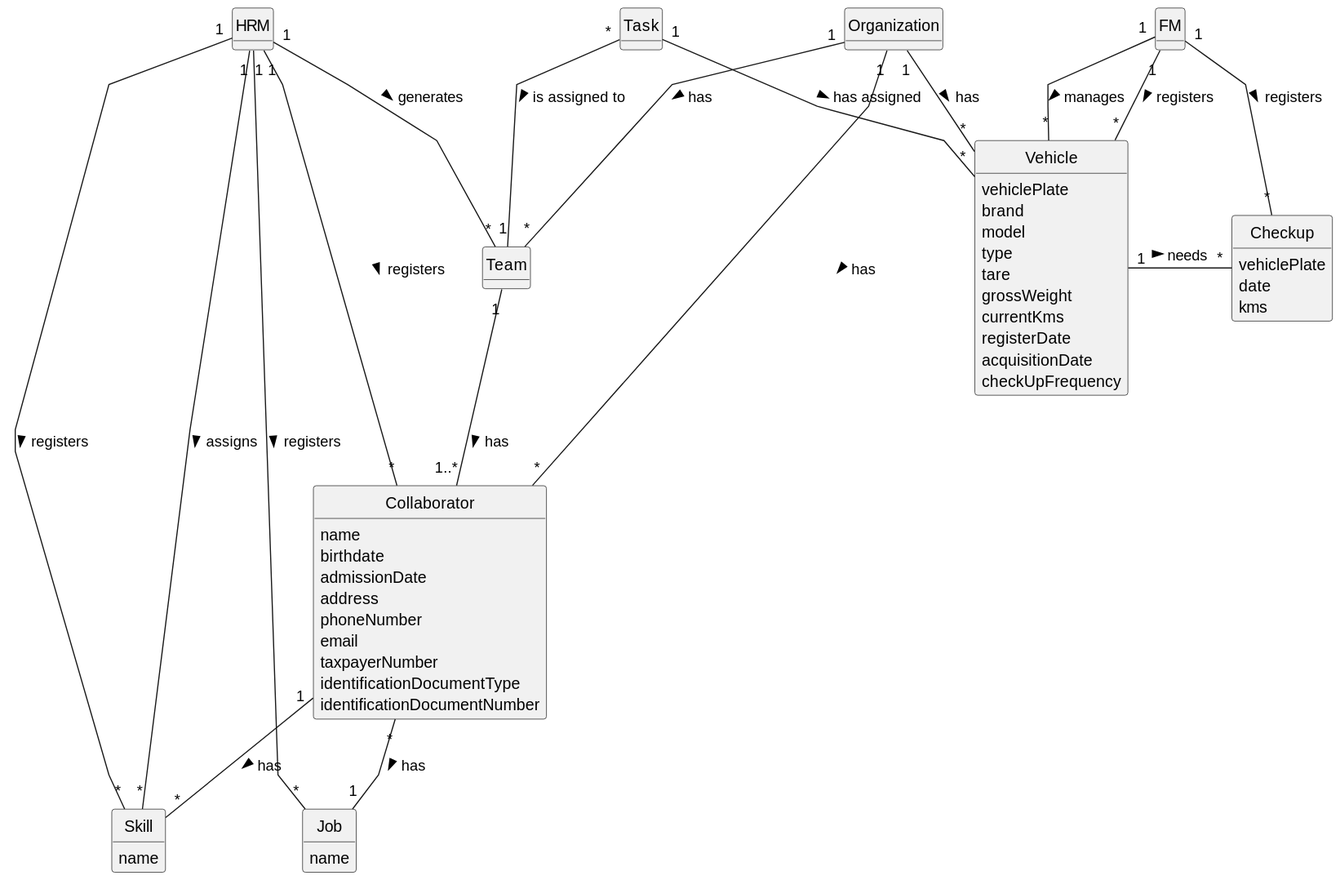
Earlier version of the PlantUML export docs/sprintB/global-artifacts/02.analysis/svg/project-domain-model.svg (Departamento-de-Engenharia-Informatica/lei-24-s2-1dm-g132). Its diagram source:
```plantuml
@startuml
skinparam monochrome true
skinparam packageStyle rectangle
skinparam shadowing false
skinparam linetype polyline
skinparam classAttributeIconSize 0
hide circle
hide methods



class HRM {
}

class FM {
}

class Organization{
}

class Skill {
    name
}

class Job {
    name
}

class Collaborator {
    name
    birthdate
    admissionDate
    address
    phoneNumber
    email
    taxpayerNumber
    identificationDocumentType
    identificationDocumentNumber
}

class Team {
}

class Task {
}

class Vehicle {
    vehiclePlate
    brand
    model
    type
    tare
    grossWeight
    currentKms
    registerDate
    acquisitionDate
    checkUpFrequency
}

class Checkup {
vehiclePlate
    date
    kms
}

HRM "1" - "*" Skill : registers >
HRM "1" - "*" Job : registers >
HRM "1" --- "*" Collaborator : registers >
HRM "1" -- "*" Skill : assigns >
HRM "1" -- "*" Team : generates >
Organization "1" --- "*" Collaborator : has >
Organization "1" -- "*" Team : has >
Collaborator "*" -- "1" Job : has >
Collaborator "1" -- "*" Skill : has >
Team "1" - "1..*" Collaborator : has >
Task "*" -- "1" Team : is assigned to >
FM "1" -- "*" Vehicle : registers >
FM "1" -- "*" Vehicle : manages >
Vehicle "1" - "*" Checkup : needs >
Task "1" - "*" Vehicle : has assigned >
FM "1" -- "*" Checkup : registers >
Organization "1" -- "*" Vehicle : has >
@enduml
```
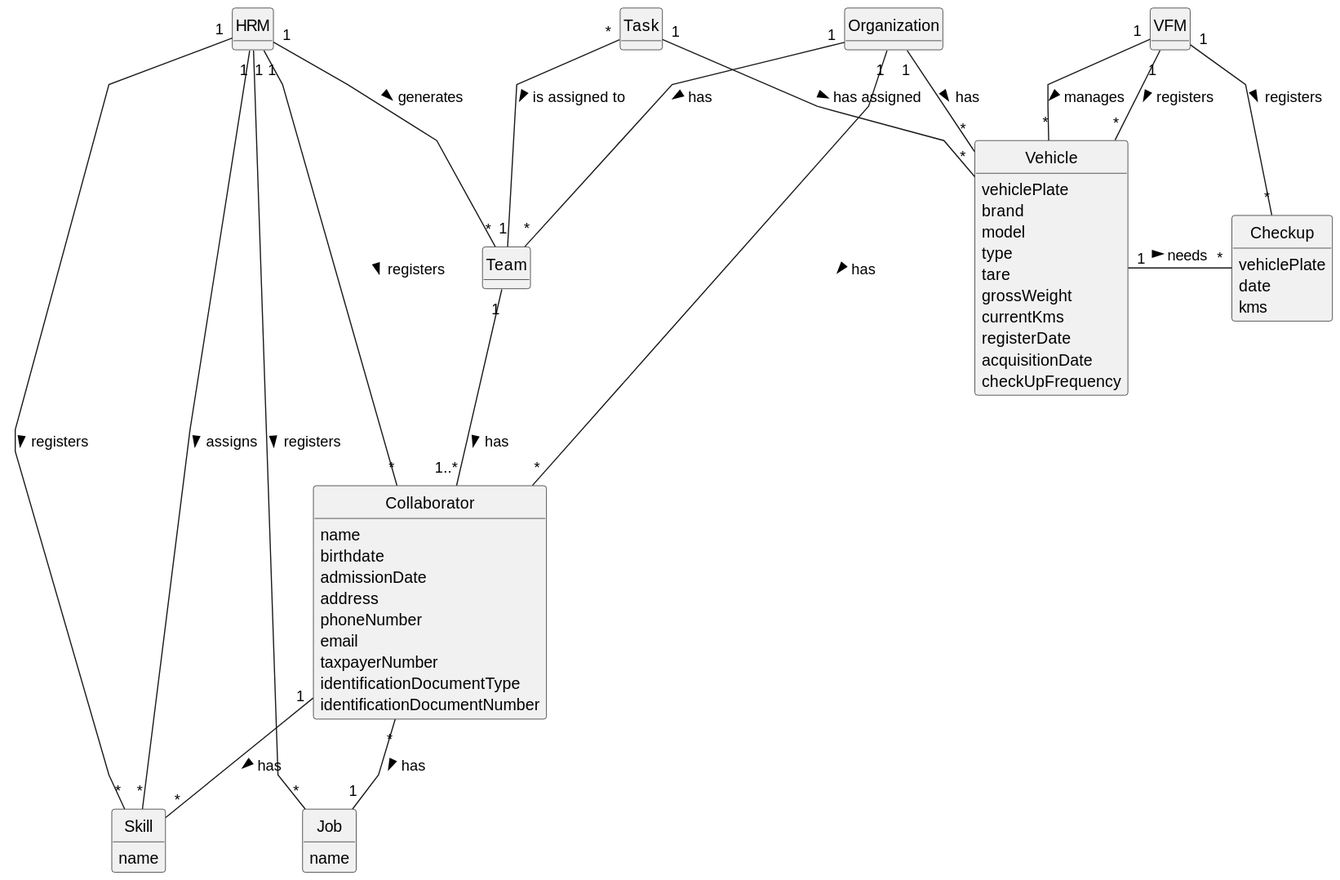
Later version of the same file.

Change to the diagram source:
```diff
@@ -12,7 +12,7 @@
 class HRM {
 }
 
-class FM {
+class VFM {
 }
 
 class Organization{
@@ -74,10 +74,10 @@
 Collaborator "1" -- "*" Skill : has >
 Team "1" - "1..*" Collaborator : has >
 Task "*" -- "1" Team : is assigned to >
-FM "1" -- "*" Vehicle : registers >
-FM "1" -- "*" Vehicle : manages >
+VFM "1" -- "*" Vehicle : registers >
+VFM "1" -- "*" Vehicle : manages >
 Vehicle "1" - "*" Checkup : needs >
 Task "1" - "*" Vehicle : has assigned >
-FM "1" -- "*" Checkup : registers >
+VFM "1" -- "*" Checkup : registers >
 Organization "1" -- "*" Vehicle : has >
 @enduml
```
